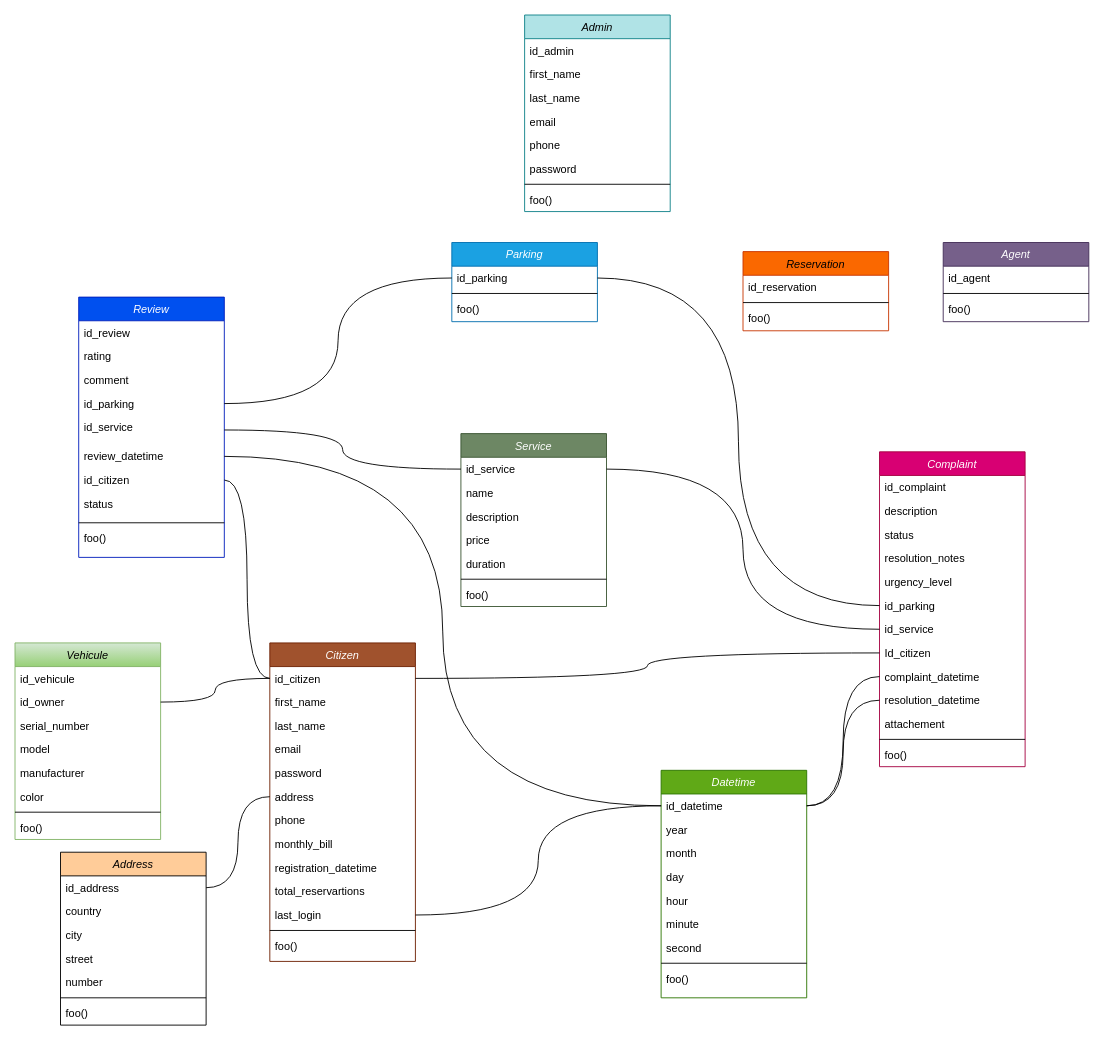
Before: docs/Untitled Diagram.drawio in anomaly1095/parky, a draw.io diagram. Source tidied: cells renumbered, new cells numbered last; positions are measured from the earlier drawing's top-left corner, leaving out a move shared by most shapes. Both pictures are drawn from the tidied source at 91%, with x=0, y=0 at pixel (15, 15).
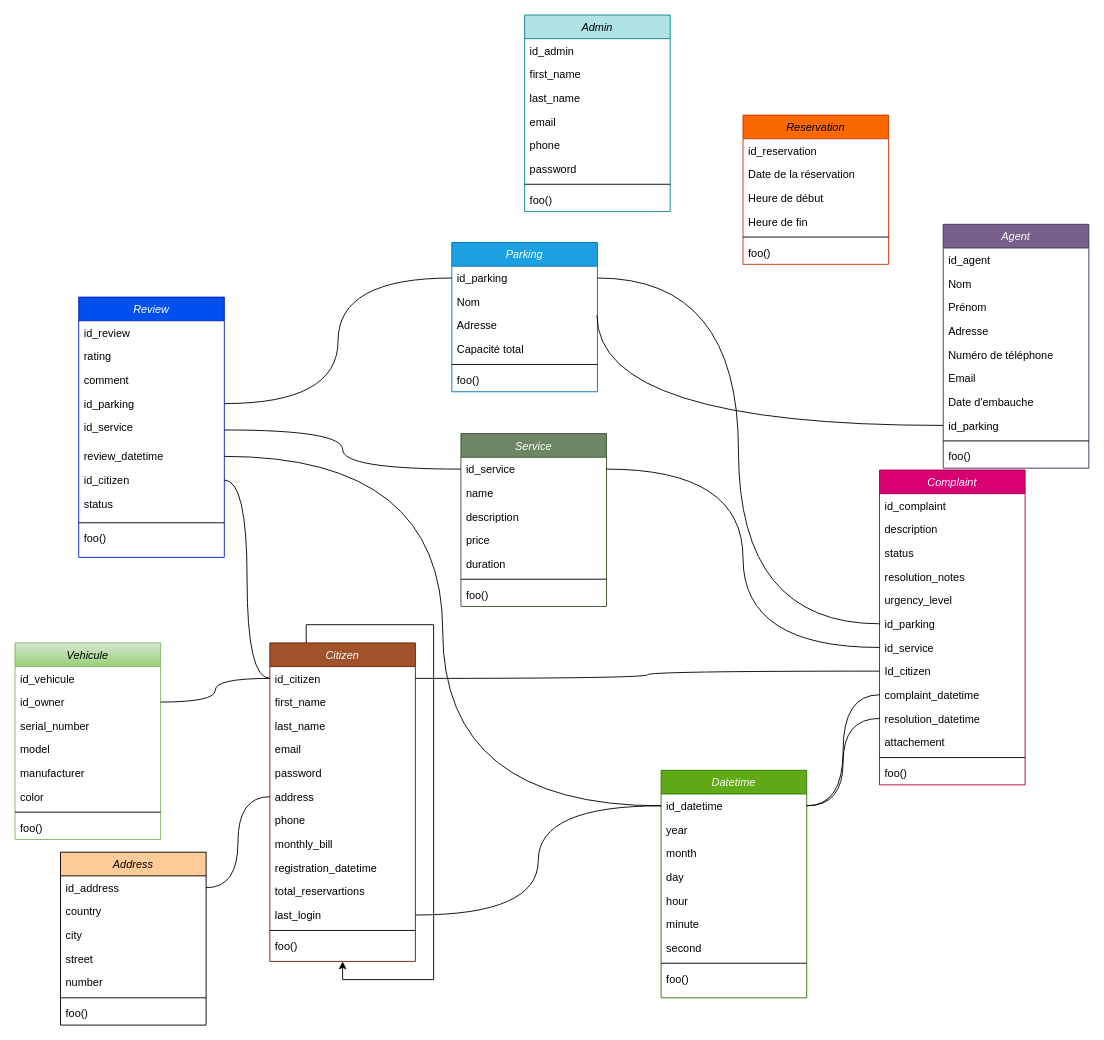
The same page after the edit.

Commit message:
Mettre à jour Untitled Diagram.drawio

The change refers to these unchanged cells:
```xml
<mxCell id="54" value="Citizen" style="swimlane;fontStyle=2;align=center;verticalAlign=top;horizontal=1;startSize=26;rounded=0;shadow=0;strokeWidth=1;fillColor=#a0522d;fontColor=#ffffff;strokeColor=#6D1F00;" parent="1" vertex="1">
  <mxGeometry x="280" y="690" width="160" height="350" as="geometry" />
</mxCell>
```

The edit, as a diff of the source:
```diff
@@
     <mxCell id="21" value="Complaint" style="swimlane;fontStyle=2;align=center;verticalAlign=top;horizontal=1;startSize=26;rounded=0;shadow=0;strokeWidth=1;fillColor=#d80073;strokeColor=#A50040;fontColor=#ffffff;" parent="1" vertex="1">
-      <mxGeometry x="950" y="480" width="160" height="346" as="geometry" />
+      <mxGeometry x="950" y="500" width="160" height="346" as="geometry" />
     </mxCell>
@@
     <mxCell id="68" value="Agent" style="swimlane;fontStyle=2;align=center;verticalAlign=top;horizontal=1;startSize=26;rounded=0;shadow=0;strokeWidth=1;fillColor=#76608a;strokeColor=#432D57;fontColor=#ffffff;" parent="1" vertex="1">
-      <mxGeometry x="1020" y="250" width="160" height="87" as="geometry" />
+      <mxGeometry x="1020" y="230" width="160" height="268" as="geometry" />
     </mxCell>
+    <mxCell id="109" value="id_agent" style="text;align=left;verticalAlign=top;spacingLeft=4;spacingRight=4;overflow=hidden;" parent="68" vertex="1">
+      <mxGeometry y="26" width="160" height="26" as="geometry" />
+    </mxCell>
-    <mxCell id="69" value="id_agent" style="text;align=left;verticalAlign=top;spacingLeft=4;spacingRight=4;overflow=hidden;" parent="68" vertex="1">
-      <mxGeometry y="26" width="160" height="26" as="geometry" />
+    <mxCell id="69" value="Nom" style="text;align=left;verticalAlign=top;spacingLeft=4;spacingRight=4;overflow=hidden;" parent="68" vertex="1">
+      <mxGeometry y="52" width="160" height="26" as="geometry" />
     </mxCell>
+    <mxCell id="110" value="Prénom" style="text;align=left;verticalAlign=top;spacingLeft=4;spacingRight=4;overflow=hidden;" parent="68" vertex="1">
+      <mxGeometry y="78" width="160" height="26" as="geometry" />
+    </mxCell>
+    <mxCell id="111" value="Adresse" style="text;align=left;verticalAlign=top;spacingLeft=4;spacingRight=4;overflow=hidden;" parent="68" vertex="1">
+      <mxGeometry y="104" width="160" height="26" as="geometry" />
+    </mxCell>
+    <mxCell id="112" value="Numéro de téléphone" style="text;align=left;verticalAlign=top;spacingLeft=4;spacingRight=4;overflow=hidden;" parent="68" vertex="1">
+      <mxGeometry y="130" width="160" height="26" as="geometry" />
+    </mxCell>
+    <mxCell id="113" value="Email" style="text;align=left;verticalAlign=top;spacingLeft=4;spacingRight=4;overflow=hidden;" parent="68" vertex="1">
+      <mxGeometry y="156" width="160" height="26" as="geometry" />
+    </mxCell>
+    <mxCell id="114" value="Date d'embauche" style="text;align=left;verticalAlign=top;spacingLeft=4;spacingRight=4;overflow=hidden;" parent="68" vertex="1">
+      <mxGeometry y="182" width="160" height="26" as="geometry" />
+    </mxCell>
+    <mxCell id="115" value="id_parking" style="text;align=left;verticalAlign=top;spacingLeft=4;spacingRight=4;overflow=hidden;points=[[0,0.5],[1,0.5]];portConstraint=eastwest;" parent="68" vertex="1">
+      <mxGeometry y="208" width="160" height="26" as="geometry" />
+    </mxCell>
     <mxCell id="70" style="line;html=1;strokeWidth=1;align=left;verticalAlign=middle;spacingTop=-1;spacingLeft=3;spacingRight=3;labelPosition=right;" parent="68" vertex="1">
-      <mxGeometry y="52" width="160" height="8" as="geometry" />
+      <mxGeometry y="234" width="160" height="8" as="geometry" />
     </mxCell>
     <mxCell id="71" value="foo()" style="text;align=left;verticalAlign=top;spacingLeft=4;spacingRight=4;overflow=hidden;" parent="68" vertex="1">
-      <mxGeometry y="60" width="160" height="26" as="geometry" />
+      <mxGeometry y="242" width="160" height="26" as="geometry" />
     </mxCell>
@@
     <mxCell id="89" value="Parking" style="swimlane;fontStyle=2;align=center;verticalAlign=top;horizontal=1;startSize=26;rounded=0;shadow=0;strokeWidth=1;fillColor=#1ba1e2;strokeColor=#006EAF;fontColor=#ffffff;" parent="1" vertex="1">
-      <mxGeometry x="480" y="250" width="160" height="87" as="geometry" />
+      <mxGeometry x="480" y="250" width="160" height="164" as="geometry" />
     </mxCell>
@@
+    <mxCell id="116" value="Nom" style="text;align=left;verticalAlign=top;spacingLeft=4;spacingRight=4;overflow=hidden;" parent="89" vertex="1">
+      <mxGeometry y="52" width="160" height="26" as="geometry" />
+    </mxCell>
+    <mxCell id="117" value="Adresse" style="text;align=left;verticalAlign=top;spacingLeft=4;spacingRight=4;overflow=hidden;" parent="89" vertex="1">
+      <mxGeometry y="78" width="160" height="26" as="geometry" />
+    </mxCell>
+    <mxCell id="118" value="Capacité total" style="text;align=left;verticalAlign=top;spacingLeft=4;spacingRight=4;overflow=hidden;" parent="89" vertex="1">
+      <mxGeometry y="104" width="160" height="26" as="geometry" />
+    </mxCell>
     <mxCell id="91" style="line;html=1;strokeWidth=1;align=left;verticalAlign=middle;spacingTop=-1;spacingLeft=3;spacingRight=3;labelPosition=right;" parent="89" vertex="1">
-      <mxGeometry y="52" width="160" height="8" as="geometry" />
+      <mxGeometry y="130" width="160" height="8" as="geometry" />
     </mxCell>
     <mxCell id="92" value="foo()" style="text;align=left;verticalAlign=top;spacingLeft=4;spacingRight=4;overflow=hidden;" parent="89" vertex="1">
-      <mxGeometry y="60" width="160" height="26" as="geometry" />
+      <mxGeometry y="138" width="160" height="26" as="geometry" />
     </mxCell>
     <mxCell id="93" value="Reservation" style="swimlane;fontStyle=2;align=center;verticalAlign=top;horizontal=1;startSize=26;rounded=0;shadow=0;strokeWidth=1;fillColor=#fa6800;strokeColor=#C73500;fontColor=#000000;" parent="1" vertex="1">
-      <mxGeometry x="800" y="260" width="160" height="87" as="geometry" />
+      <mxGeometry x="800" y="110" width="160" height="164" as="geometry" />
     </mxCell>
@@
+    <mxCell id="119" value="Date de la réservation" style="text;align=left;verticalAlign=top;spacingLeft=4;spacingRight=4;overflow=hidden;" parent="93" vertex="1">
+      <mxGeometry y="52" width="160" height="26" as="geometry" />
+    </mxCell>
+    <mxCell id="120" value="Heure de début" style="text;align=left;verticalAlign=top;spacingLeft=4;spacingRight=4;overflow=hidden;" parent="93" vertex="1">
+      <mxGeometry y="78" width="160" height="26" as="geometry" />
+    </mxCell>
+    <mxCell id="121" value="Heure de fin" style="text;align=left;verticalAlign=top;spacingLeft=4;spacingRight=4;overflow=hidden;" parent="93" vertex="1">
+      <mxGeometry y="104" width="160" height="26" as="geometry" />
+    </mxCell>
     <mxCell id="95" style="line;html=1;strokeWidth=1;align=left;verticalAlign=middle;spacingTop=-1;spacingLeft=3;spacingRight=3;labelPosition=right;" parent="93" vertex="1">
-      <mxGeometry y="52" width="160" height="8" as="geometry" />
+      <mxGeometry y="130" width="160" height="8" as="geometry" />
     </mxCell>
     <mxCell id="96" value="foo()" style="text;align=left;verticalAlign=top;spacingLeft=4;spacingRight=4;overflow=hidden;" parent="93" vertex="1">
-      <mxGeometry y="60" width="160" height="26" as="geometry" />
+      <mxGeometry y="138" width="160" height="26" as="geometry" />
     </mxCell>
@@
+    <mxCell id="122" style="edgeStyle=orthogonalEdgeStyle;rounded=0;orthogonalLoop=1;jettySize=auto;html=1;exitX=0.25;exitY=0;exitDx=0;exitDy=0;" parent="1" edge="1" source="54" target="54">
+      <mxGeometry relative="1" as="geometry" />
+    </mxCell>
+    <mxCell id="123" style="endArrow=none;html=1;rounded=0;exitX=1;exitY=0.5;exitDx=0;exitDy=0;entryX=0;entryY=0.5;entryDx=0;entryDy=0;edgeStyle=orthogonalEdgeStyle;curved=1;" parent="1" edge="1" target="115">
+      <mxGeometry relative="1" as="geometry">
+        <mxPoint x="639.5" y="330" as="sourcePoint" />
+      </mxGeometry>
+    </mxCell>
```
